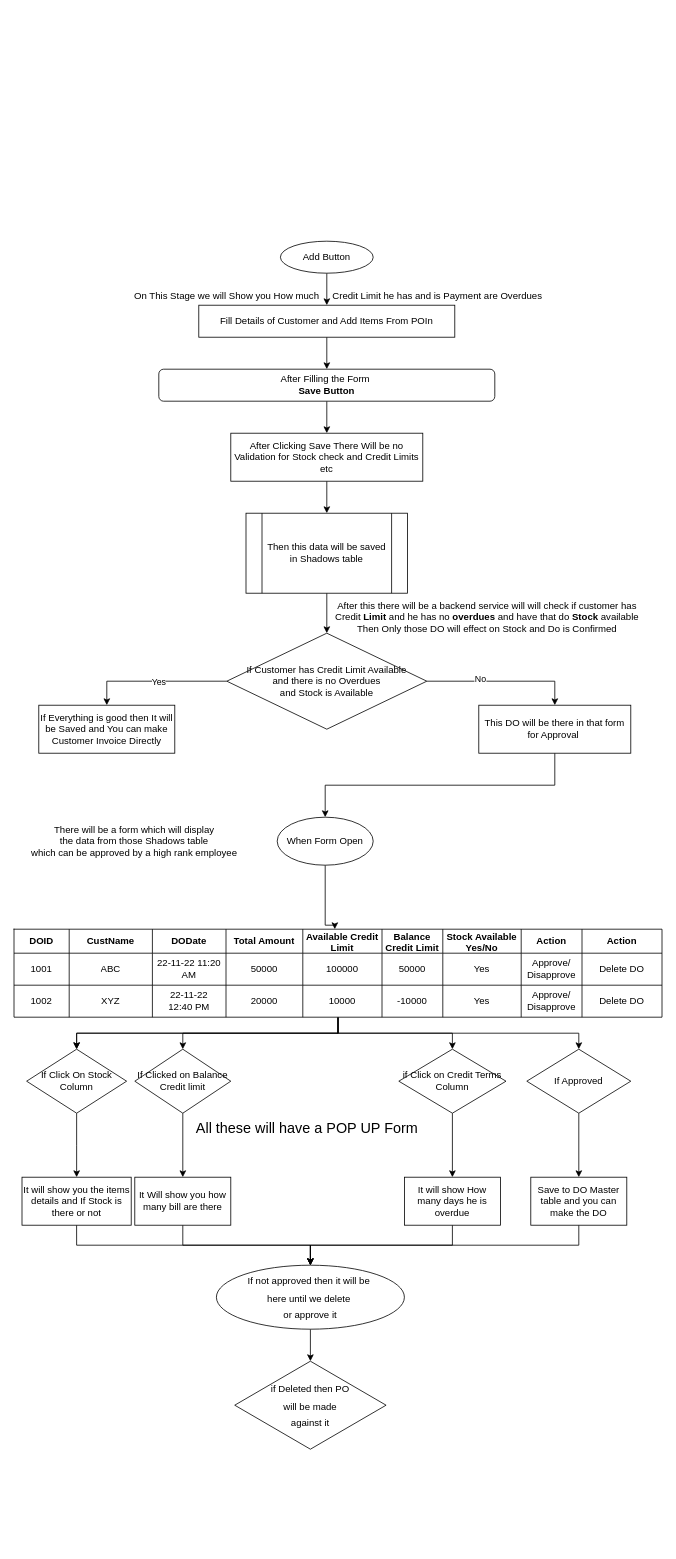
Snag-hub/Gui.Net keeps this draw.io diagram as Untitled Diagram.drawio. Above is the earlier version. Source tidied: cells renumbered, new cells numbered last; positions are measured from the earlier drawing's top-left corner, leaving out a move shared by most shapes. Both pictures are drawn from the tidied source at 80%, with x=0, y=0 at pixel (14, 241).
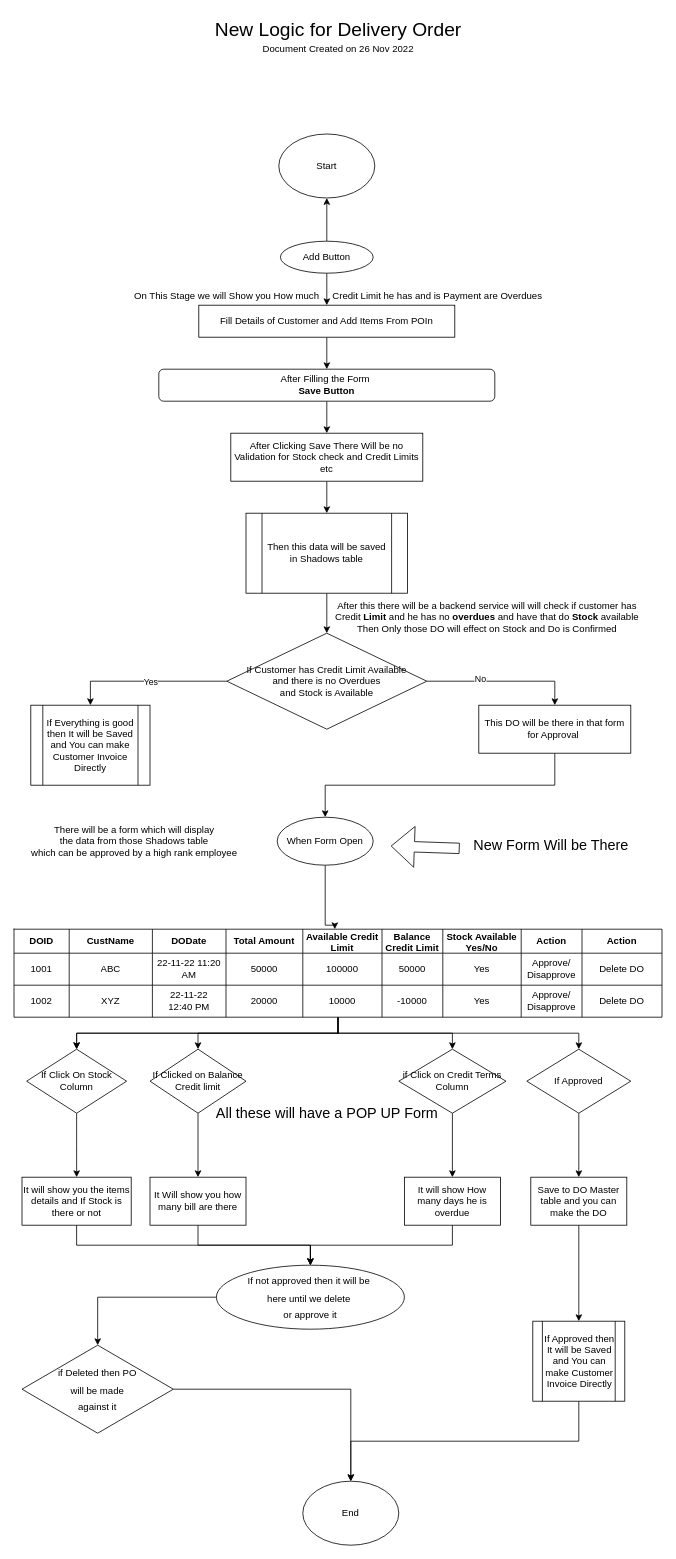
After the change.

The change refers to these unchanged cells:
```xml
<mxCell id="3" value="Add Button" style="ellipse;whiteSpace=wrap;html=1;" parent="1" vertex="1">
  <mxGeometry x="333" width="116" height="40" as="geometry" />
</mxCell>
<mxCell id="64" value="Save to DO Master table and you can make the DO" style="whiteSpace=wrap;html=1;startSize=0;" parent="1" vertex="1">
  <mxGeometry x="646" y="1170" width="120" height="60" as="geometry" />
</mxCell>
<mxCell id="79" value="&lt;font style=&quot;font-size: 12px;&quot;&gt;If not approved then it will be&amp;nbsp;&lt;br&gt;here until we delete&amp;nbsp;&lt;br&gt;or approve it&lt;br&gt;&lt;/font&gt;" style="ellipse;whiteSpace=wrap;html=1;fontSize=18;" parent="1" vertex="1">
  <mxGeometry x="253" y="1280" width="235" height="80" as="geometry" />
</mxCell>
```

What changed in the source:
```diff
@@
+    <mxCell id="81" style="edgeStyle=orthogonalEdgeStyle;rounded=0;jettySize=auto;html=1;exitX=0.5;exitY=0;exitDx=0;exitDy=0;" parent="1" edge="1" source="3" target="86">
+      <mxGeometry relative="1" as="geometry" />
+    </mxCell>
@@
-    <mxCell id="21" value="If Everything is good then It will be Saved and You can make Customer Invoice Directly" style="whiteSpace=wrap;html=1;" parent="1" vertex="1">
-      <mxGeometry x="31" y="580" width="170" height="60" as="geometry" />
-    </mxCell>
@@
-    <mxCell id="63" style="edgeStyle=orthogonalEdgeStyle;rounded=0;jettySize=auto;html=1;exitX=0.5;exitY=1;exitDx=0;exitDy=0;fontSize=18;entryX=0.5;entryY=0;entryDx=0;entryDy=0;" parent="1" edge="1" source="64" target="79">
+    <mxCell id="63" style="edgeStyle=orthogonalEdgeStyle;rounded=0;jettySize=auto;html=1;exitX=0.5;exitY=1;exitDx=0;exitDy=0;fontSize=18;" parent="1" edge="1" source="64" target="84">
       <mxGeometry relative="1" as="geometry" />
     </mxCell>
@@
     <mxCell id="70" value="If Clicked on Balance&lt;br&gt;Credit limit" style="rhombus;whiteSpace=wrap;html=1;startSize=0;" parent="1" vertex="1">
-      <mxGeometry x="151" y="1010" width="120" height="80" as="geometry" />
+      <mxGeometry x="170" y="1010" width="120" height="80" as="geometry" />
     </mxCell>
@@
     <mxCell id="72" value="It Will show you how many bill are there" style="whiteSpace=wrap;html=1;startSize=0;" parent="1" vertex="1">
-      <mxGeometry x="151" y="1170" width="120" height="60" as="geometry" />
+      <mxGeometry x="170" y="1170" width="120" height="60" as="geometry" />
     </mxCell>
@@
     <mxCell id="77" value="&lt;span style=&quot;font-size: 18px;&quot;&gt;All these will have a POP UP Form&lt;/span&gt;" style="text;html=1;align=center;verticalAlign=middle;strokeColor=none;fillColor=none;fontSize=14;" parent="1" vertex="1">
-      <mxGeometry x="216" y="1089" width="300" height="40" as="geometry" />
+      <mxGeometry x="241" y="1070" width="300" height="40" as="geometry" />
     </mxCell>
@@
+    <mxCell id="82" style="edgeStyle=orthogonalEdgeStyle;rounded=0;jettySize=auto;html=1;exitX=1;exitY=0.5;exitDx=0;exitDy=0;entryX=0.5;entryY=0;entryDx=0;entryDy=0;" parent="1" edge="1" source="80" target="85">
+      <mxGeometry relative="1" as="geometry" />
+    </mxCell>
     <mxCell id="80" value="&lt;span style=&quot;font-size: 12px;&quot;&gt;if Deleted then PO&lt;br&gt;will be made&lt;br&gt;against it&lt;br&gt;&lt;/span&gt;" style="rhombus;whiteSpace=wrap;html=1;fontSize=18;" parent="1" vertex="1">
-      <mxGeometry x="275.9" y="1400" width="189.2" height="110" as="geometry" />
+      <mxGeometry x="10" y="1380" width="189.2" height="110" as="geometry" />
     </mxCell>
+    <mxCell id="83" style="edgeStyle=orthogonalEdgeStyle;rounded=0;jettySize=auto;html=1;exitX=0.5;exitY=1;exitDx=0;exitDy=0;" parent="1" edge="1" source="84" target="85">
+      <mxGeometry relative="1" as="geometry" />
+    </mxCell>
+    <mxCell id="84" value="If Approved then It will be Saved and You can make Customer Invoice Directly" style="shape=process;whiteSpace=wrap;html=1;backgroundOutline=1;" parent="1" vertex="1">
+      <mxGeometry x="648.5" y="1350" width="115" height="100" as="geometry" />
+    </mxCell>
+    <mxCell id="21" value="If Everything is good then It will be Saved and You can make Customer Invoice Directly" style="shape=process;whiteSpace=wrap;html=1;backgroundOutline=1;" parent="1" vertex="1">
+      <mxGeometry x="21" y="580" width="149" height="100" as="geometry" />
+    </mxCell>
+    <mxCell id="85" value="End" style="ellipse;whiteSpace=wrap;html=1;" parent="1" vertex="1">
+      <mxGeometry x="361" y="1550" width="120" height="80" as="geometry" />
+    </mxCell>
+    <mxCell id="86" value="Start" style="ellipse;whiteSpace=wrap;html=1;" parent="1" vertex="1">
+      <mxGeometry x="331" y="-134" width="120" height="80" as="geometry" />
+    </mxCell>
+    <mxCell id="87" value="&lt;font style=&quot;font-size: 24px;&quot;&gt;New Logic for Delivery Order&lt;/font&gt;" style="text;html=1;align=center;verticalAlign=middle;strokeColor=none;fillColor=none;" parent="1" vertex="1">
+      <mxGeometry x="240" y="-284" width="330" height="40" as="geometry" />
+    </mxCell>
+    <mxCell id="88" value="&lt;font style=&quot;font-size: 12px;&quot;&gt;Document Created on 26 Nov 2022&lt;/font&gt;" style="text;html=1;align=center;verticalAlign=middle;strokeColor=none;fillColor=none;fontSize=24;" parent="1" vertex="1">
+      <mxGeometry x="300" y="-264" width="210" height="40" as="geometry" />
+    </mxCell>
+    <mxCell id="89" value="&lt;font style=&quot;font-size: 18px;&quot;&gt;New Form Will be There&lt;/font&gt;" style="text;html=1;align=center;verticalAlign=middle;points=[];strokeColor=none;fillColor=none;fontSize=12;" parent="1" vertex="1">
+      <mxGeometry x="561" y="736" width="220" height="40" as="geometry" />
+    </mxCell>
+    <mxCell id="90" style="shape=flexArrow;endArrow=classic;html=1;rounded=0;fontSize=18;endWidth=37;endSize=9.33;width=13;exitX=-0.018;exitY=0.575;exitDx=0;exitDy=0;exitPerimeter=0;" parent="1" edge="1" source="89">
+      <mxGeometry relative="1" as="geometry">
+        <mxPoint x="471" y="756" as="targetPoint" />
+      </mxGeometry>
+    </mxCell>
```
